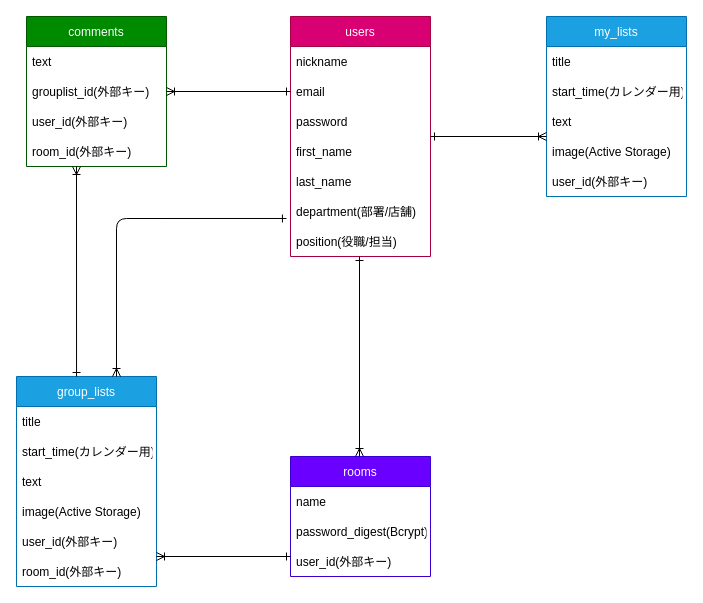
The draw.io diagram page "ページ1" (1 of 2) of ER .dio in sskryu322/first-todo, before the edit. Source tidied: cells renumbered, new cells numbered last; positions are measured from the earlier drawing's top-left corner, leaving out a move shared by most shapes. Both pictures are drawn from the tidied source at 100%, with x=0, y=0 at pixel (16, 16).
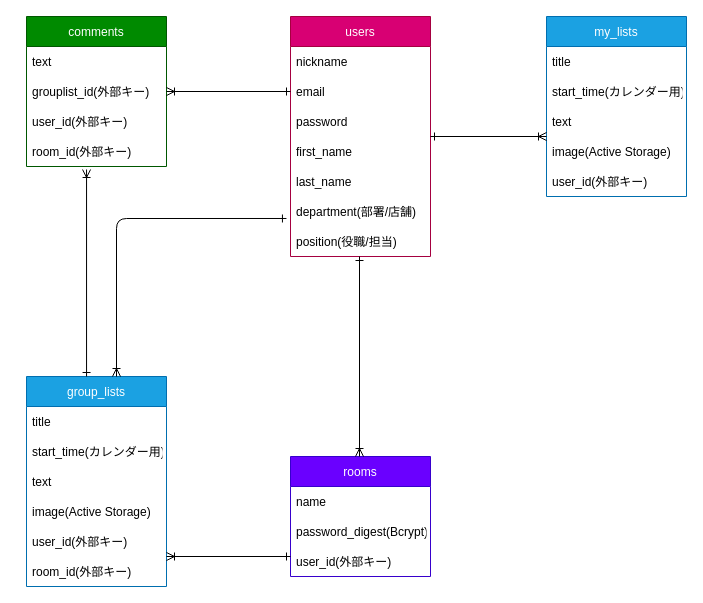
Above is the later version.

The change refers to these unchanged cells:
```xml
<mxCell id="31" value="room_id(外部キー)" style="text;strokeColor=none;fillColor=none;align=left;verticalAlign=middle;spacingLeft=4;spacingRight=4;overflow=hidden;points=[[0,0.5],[1,0.5]];portConstraint=eastwest;" parent="27" vertex="1">
  <mxGeometry y="120" width="140" height="30" as="geometry" />
</mxCell>
```

Change to the diagram source:
```diff
@@
     <mxCell id="20" value="group_lists" style="swimlane;fontStyle=0;horizontal=1;startSize=30;fillColor=#1ba1e2;fontColor=#ffffff;strokeColor=#006EAF;" parent="1" vertex="1">
-      <mxGeometry y="360" width="140" height="210" as="geometry" />
+      <mxGeometry x="10" y="360" width="140" height="210" as="geometry" />
     </mxCell>
@@
     <mxCell id="34" style="endArrow=ERone;html=1;startArrow=ERoneToMany;startFill=0;endFill=0;" parent="1" edge="1">
       <mxGeometry relative="1" as="geometry">
-        <mxPoint x="140" y="540" as="sourcePoint" />
+        <mxPoint x="150" y="540" as="sourcePoint" />
         <mxPoint x="274" y="540" as="targetPoint" />
       </mxGeometry>
     </mxCell>
-    <mxCell id="35" style="endArrow=ERoneToMany;html=1;startArrow=ERone;startFill=0;endFill=0;exitX=0.429;exitY=0;exitDx=0;exitDy=0;exitPerimeter=0;" parent="1" edge="1" source="20">
-      <mxGeometry relative="1" as="geometry">
-        <mxPoint x="60" y="150" as="targetPoint" />
-      </mxGeometry>
+    <mxCell id="35" style="endArrow=ERoneToMany;html=1;startArrow=ERone;startFill=0;endFill=0;exitX=0.429;exitY=0;exitDx=0;exitDy=0;exitPerimeter=0;entryX=0.429;entryY=1.1;entryDx=0;entryDy=0;entryPerimeter=0;" parent="1" edge="1" source="20" target="31">
+      <mxGeometry relative="1" as="geometry" />
     </mxCell>
```
